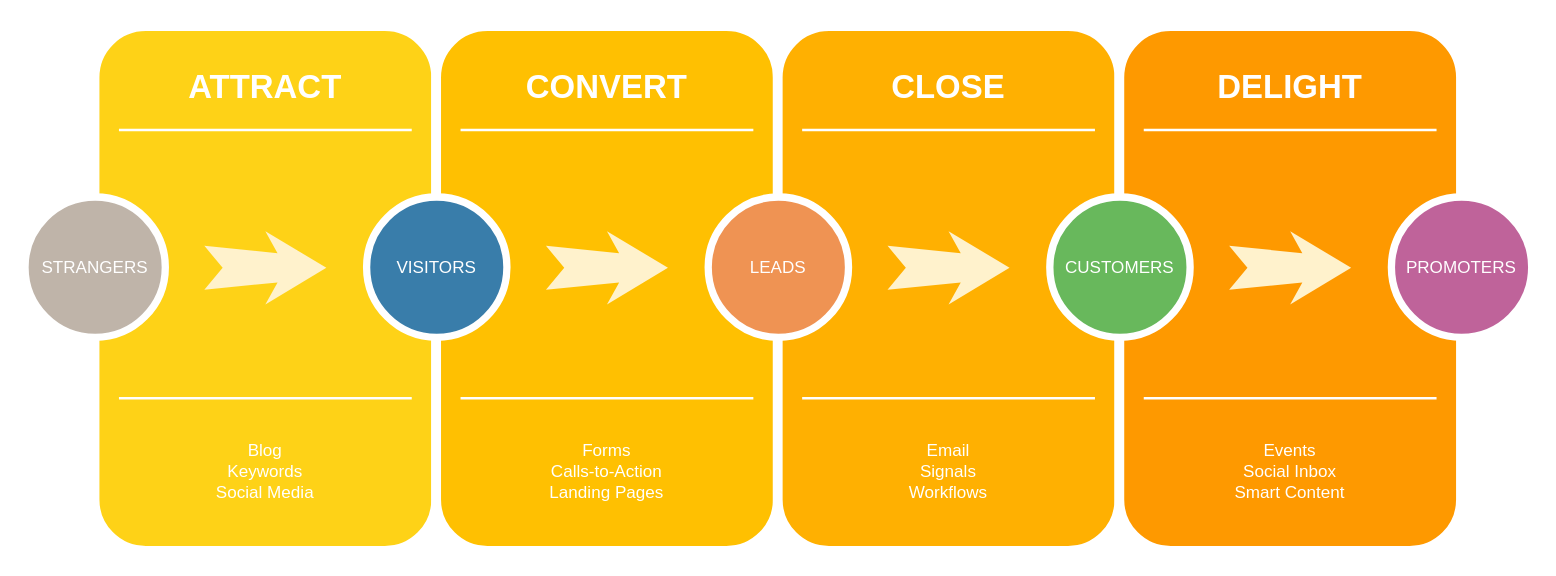
This is Untitled Diagram.drawio from newtalentxp/android-app, a draw.io file, before an edit. Source tidied: cells renumbered, new cells numbered last; positions are measured from the earlier drawing's top-left corner, leaving out a move shared by most shapes. Both pictures are drawn from the tidied source at 122%, with x=0, y=0 at pixel (24, 26).
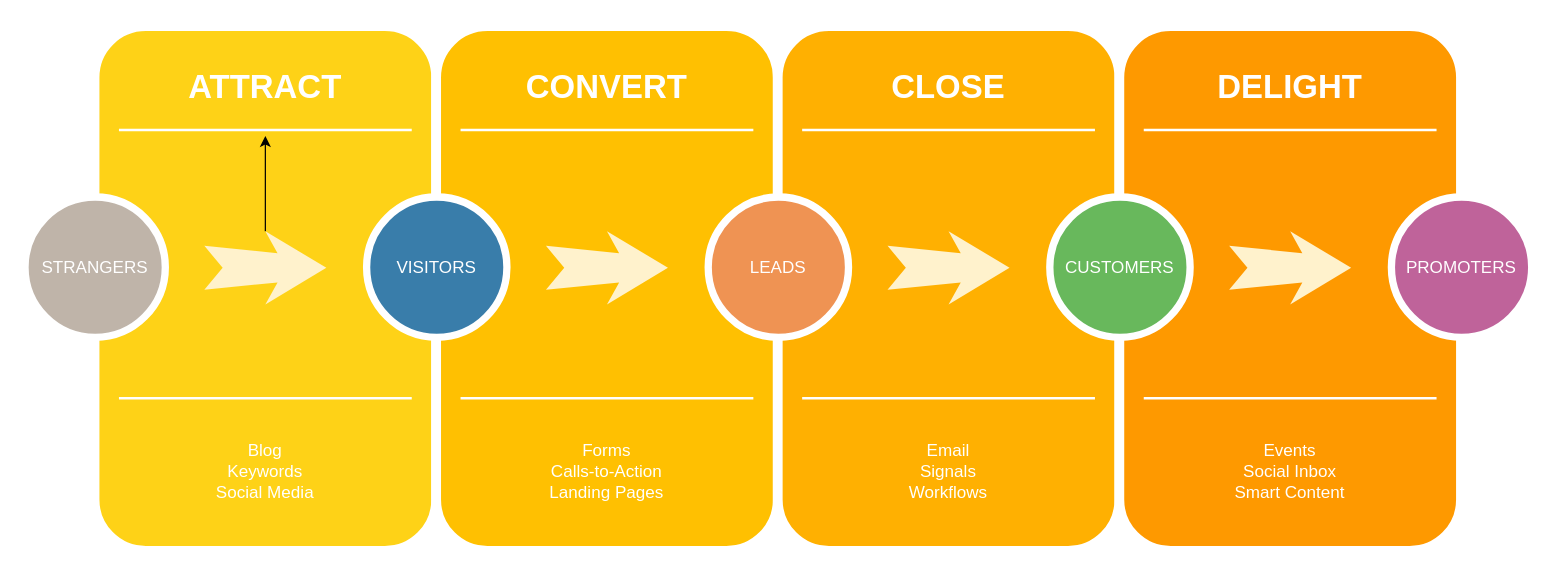
After the change.

The change refers to these unchanged cells:
```xml
<mxCell id="5" style="line;strokeWidth=2;html=1;rounded=0;shadow=0;fontSize=27;align=center;fillColor=none;strokeColor=#FFFFFF;" parent="1" vertex="1">
  <mxGeometry x="77" y="80" width="240" height="10" as="geometry" />
</mxCell>
<mxCell id="8" style="html=1;shadow=0;dashed=0;align=center;verticalAlign=middle;shape=mxgraph.arrows2.stylisedArrow;dy=0.6;dx=40;notch=15;feather=0.4;rounded=0;strokeWidth=1;fontSize=27;strokeColor=none;fillColor=#fff2cc;" parent="1" vertex="1">
  <mxGeometry x="147" y="168" width="100" height="60" as="geometry" />
</mxCell>
```

Change to the diagram source:
```diff
@@
+    <mxCell id="31" style="edgeStyle=orthogonalEdgeStyle;rounded=0;jettySize=auto;html=1;" parent="1" edge="1" source="8" target="5">
+      <mxGeometry relative="1" as="geometry" />
+    </mxCell>
```
